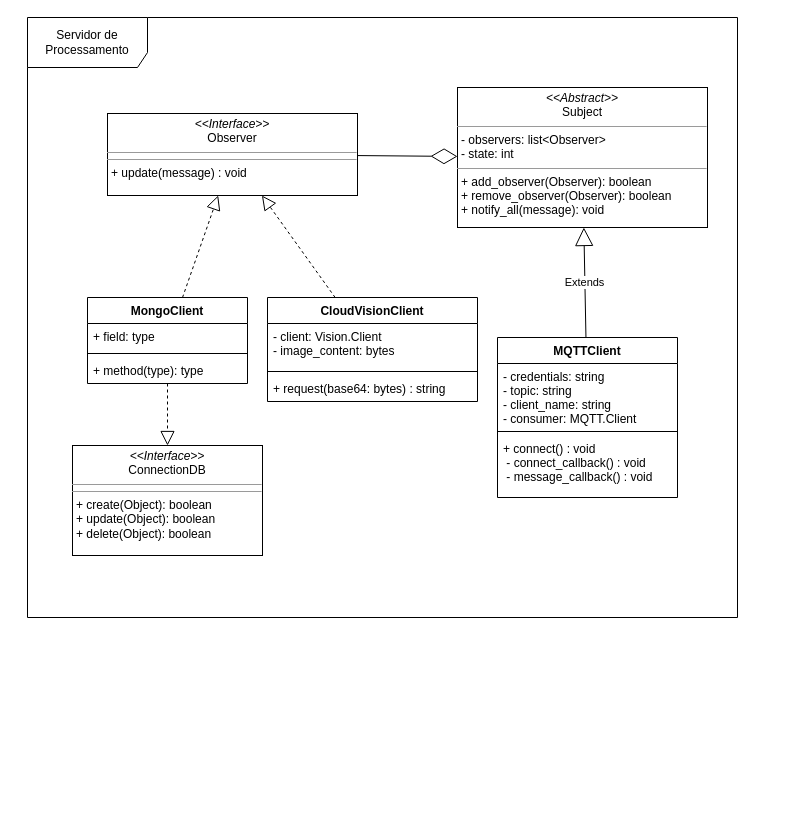
Before: schemas/processing-server-class-diagram.drawio in Smart-AniMon/docs, a draw.io diagram. Source tidied: cells renumbered, new cells numbered last; positions are measured from the earlier drawing's top-left corner, leaving out a move shared by most shapes. Both pictures are drawn from the tidied source at 100%, with x=0, y=0 at pixel (27, 17).
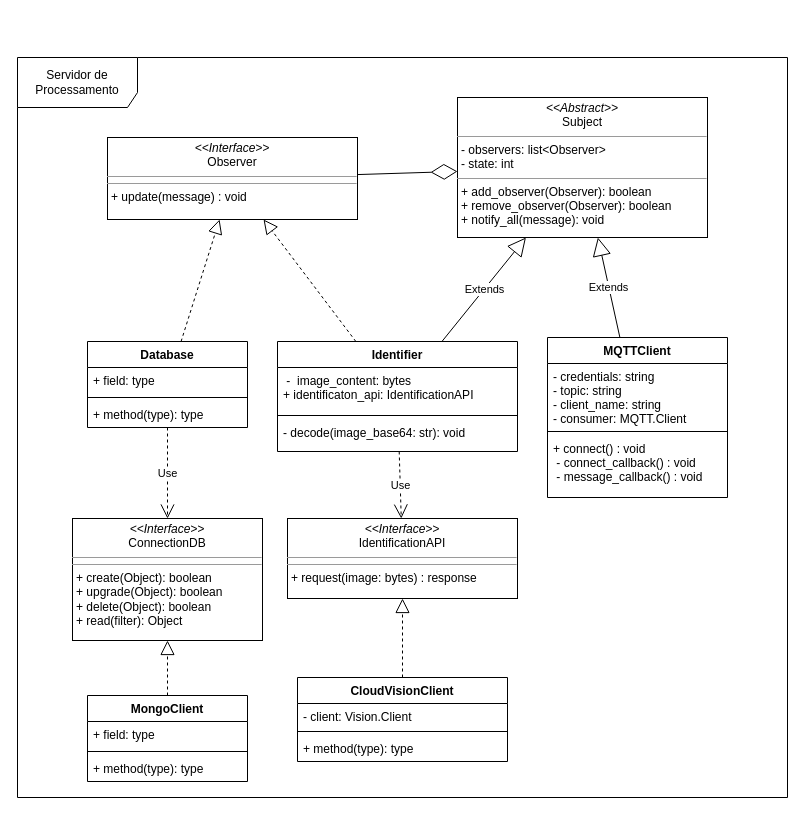
The same page after the edit.

Diff of the diagram source:
```diff
@@
     <mxCell id="2" value="Servidor de Processamento" style="shape=umlFrame;whiteSpace=wrap;html=1;width=120;height=50;" parent="1" vertex="1">
-      <mxGeometry width="710" height="600" as="geometry" />
+      <mxGeometry x="-10" y="40" width="770" height="740" as="geometry" />
     </mxCell>
     <mxCell id="3" value="MQTTClient" style="swimlane;fontStyle=1;align=center;verticalAlign=top;horizontal=1;startSize=26;" parent="1" vertex="1">
-      <mxGeometry x="470" y="320" width="180" height="160" as="geometry" />
+      <mxGeometry x="520" y="320" width="180" height="160" as="geometry" />
     </mxCell>
@@
     <mxCell id="7" value="&lt;p style=&quot;margin: 0px ; margin-top: 4px ; text-align: center&quot;&gt;&lt;i&gt;&amp;lt;&amp;lt;Abstract&amp;gt;&amp;gt;&lt;/i&gt;&lt;br&gt;Subject&lt;/p&gt;&lt;hr size=&quot;1&quot;&gt;&lt;p style=&quot;margin: 0px ; margin-left: 4px&quot;&gt;- observers: list&amp;lt;Observer&amp;gt;&lt;/p&gt;&lt;p style=&quot;margin: 0px ; margin-left: 4px&quot;&gt;- state: int&lt;br&gt;&lt;/p&gt;&lt;hr size=&quot;1&quot;&gt;&lt;p style=&quot;margin: 0px ; margin-left: 4px&quot;&gt;+ add_observer(Observer): boolean&lt;/p&gt;&lt;p style=&quot;margin: 0px ; margin-left: 4px&quot;&gt;+ remove_observer(Observer): boolean&lt;/p&gt;&lt;p style=&quot;margin: 0px ; margin-left: 4px&quot;&gt;+ notify_all(message): void&lt;br&gt;&lt;/p&gt;" style="verticalAlign=top;align=left;overflow=fill;fontSize=12;fontFamily=Helvetica;html=1;" parent="1" vertex="1">
-      <mxGeometry x="430" y="70" width="250" height="140" as="geometry" />
+      <mxGeometry x="430" y="80" width="250" height="140" as="geometry" />
     </mxCell>
     <mxCell id="8" value="&lt;p style=&quot;margin: 0px ; margin-top: 4px ; text-align: center&quot;&gt;&lt;i&gt;&amp;lt;&amp;lt;Interface&amp;gt;&amp;gt;&lt;/i&gt;&lt;br&gt;Observer&lt;/p&gt;&lt;hr size=&quot;1&quot;&gt;&lt;hr size=&quot;1&quot;&gt;&lt;p style=&quot;margin: 0px ; margin-left: 4px&quot;&gt;+ update(message) : void&lt;br&gt;&lt;/p&gt;" style="verticalAlign=top;align=left;overflow=fill;fontSize=12;fontFamily=Helvetica;html=1;" parent="1" vertex="1">
-      <mxGeometry x="80" y="96" width="250" height="82" as="geometry" />
+      <mxGeometry x="80" y="120" width="250" height="82" as="geometry" />
     </mxCell>
-    <mxCell id="9" value="CloudVisionClient" style="swimlane;fontStyle=1;align=center;verticalAlign=top;horizontal=1;startSize=26;" parent="1" vertex="1">
-      <mxGeometry x="240" y="280" width="210" height="104" as="geometry" />
+    <mxCell id="9" value="Identifier" style="swimlane;fontStyle=1;align=center;verticalAlign=top;horizontal=1;startSize=26;" parent="1" vertex="1">
+      <mxGeometry x="250" y="324" width="240" height="110" as="geometry" />
     </mxCell>
-    <mxCell id="10" value="- client: Vision.Client&#10;- image_content: bytes&#10;" style="text;strokeColor=none;fillColor=none;align=left;verticalAlign=top;spacingLeft=4;spacingRight=4;overflow=hidden;" parent="9" vertex="1">
-      <mxGeometry y="26" width="210" height="44" as="geometry" />
+    <mxCell id="10" value=" -  image_content: bytes&#10;+ identificaton_api: IdentificationAPI&#10;" style="text;strokeColor=none;fillColor=none;align=left;verticalAlign=top;spacingLeft=4;spacingRight=4;overflow=hidden;" parent="9" vertex="1">
+      <mxGeometry y="26" width="240" height="44" as="geometry" />
     </mxCell>
     <mxCell id="11" style="line;strokeWidth=1;fillColor=none;align=left;verticalAlign=middle;spacingTop=-1;spacingLeft=3;spacingRight=3;labelPosition=right;" parent="9" vertex="1">
-      <mxGeometry y="70" width="210" height="8" as="geometry" />
+      <mxGeometry y="70" width="240" height="8" as="geometry" />
     </mxCell>
-    <mxCell id="12" value="+ request(base64: bytes) : string" style="text;strokeColor=none;fillColor=none;align=left;verticalAlign=top;spacingLeft=4;spacingRight=4;overflow=hidden;" parent="9" vertex="1">
-      <mxGeometry y="78" width="210" height="26" as="geometry" />
+    <mxCell id="12" value="- decode(image_base64: str): void" style="text;strokeColor=none;fillColor=none;align=left;verticalAlign=top;spacingLeft=4;spacingRight=4;overflow=hidden;" parent="9" vertex="1">
+      <mxGeometry y="78" width="240" height="32" as="geometry" />
     </mxCell>
@@
-    <mxCell id="14" value="MongoClient" style="swimlane;fontStyle=1;align=center;verticalAlign=top;horizontal=1;startSize=26;" parent="1" vertex="1">
-      <mxGeometry x="60" y="280" width="160" height="86" as="geometry" />
+    <mxCell id="14" value="Database" style="swimlane;fontStyle=1;align=center;verticalAlign=top;horizontal=1;startSize=26;" parent="1" vertex="1">
+      <mxGeometry x="60" y="324" width="160" height="86" as="geometry" />
     </mxCell>
@@
-    <mxCell id="21" value="&lt;p style=&quot;margin: 0px ; margin-top: 4px ; text-align: center&quot;&gt;&lt;i&gt;&amp;lt;&amp;lt;Interface&amp;gt;&amp;gt;&lt;/i&gt;&lt;br&gt;ConnectionDB&lt;/p&gt;&lt;hr size=&quot;1&quot;&gt;&lt;hr size=&quot;1&quot;&gt;&lt;p style=&quot;margin: 0px ; margin-left: 4px&quot;&gt;+ create(Object): boolean&lt;br&gt;+ update(Object): boolean&lt;/p&gt;&lt;p style=&quot;margin: 0px ; margin-left: 4px&quot;&gt;+ delete(Object): boolean&lt;br&gt;&lt;/p&gt;" style="verticalAlign=top;align=left;overflow=fill;fontSize=12;fontFamily=Helvetica;html=1;" parent="1" vertex="1">
-      <mxGeometry x="45" y="428" width="190" height="110" as="geometry" />
+    <mxCell id="21" value="&lt;p style=&quot;margin: 0px ; margin-top: 4px ; text-align: center&quot;&gt;&lt;i&gt;&amp;lt;&amp;lt;Interface&amp;gt;&amp;gt;&lt;/i&gt;&lt;br&gt;ConnectionDB&lt;/p&gt;&lt;hr size=&quot;1&quot;&gt;&lt;hr size=&quot;1&quot;&gt;&lt;p style=&quot;margin: 0px ; margin-left: 4px&quot;&gt;+ create(Object): boolean&lt;br&gt;+ upgrade(Object): boolean&lt;/p&gt;&lt;p style=&quot;margin: 0px ; margin-left: 4px&quot;&gt;+ delete(Object): boolean&lt;/p&gt;&lt;p style=&quot;margin: 0px ; margin-left: 4px&quot;&gt;+ read(filter): Object &lt;br&gt;&lt;/p&gt;" style="verticalAlign=top;align=left;overflow=fill;fontSize=12;fontFamily=Helvetica;html=1;" parent="1" vertex="1">
+      <mxGeometry x="45" y="501" width="190" height="122" as="geometry" />
     </mxCell>
+    <mxCell id="23" value="MongoClient" style="swimlane;fontStyle=1;align=center;verticalAlign=top;horizontal=1;startSize=26;" parent="1" vertex="1">
+      <mxGeometry x="60" y="678" width="160" height="86" as="geometry" />
+    </mxCell>
+    <mxCell id="24" value="+ field: type" style="text;strokeColor=none;fillColor=none;align=left;verticalAlign=top;spacingLeft=4;spacingRight=4;overflow=hidden;" parent="23" vertex="1">
+      <mxGeometry y="26" width="160" height="26" as="geometry" />
+    </mxCell>
+    <mxCell id="25" style="line;strokeWidth=1;fillColor=none;align=left;verticalAlign=middle;spacingTop=-1;spacingLeft=3;spacingRight=3;labelPosition=right;" parent="23" vertex="1">
+      <mxGeometry y="52" width="160" height="8" as="geometry" />
+    </mxCell>
+    <mxCell id="26" value="+ method(type): type" style="text;strokeColor=none;fillColor=none;align=left;verticalAlign=top;spacingLeft=4;spacingRight=4;overflow=hidden;" parent="23" vertex="1">
+      <mxGeometry y="60" width="160" height="26" as="geometry" />
+    </mxCell>
+    <mxCell id="27" value="CloudVisionClient" style="swimlane;fontStyle=1;align=center;verticalAlign=top;horizontal=1;startSize=26;" parent="1" vertex="1">
+      <mxGeometry x="270" y="660" width="210" height="84" as="geometry" />
+    </mxCell>
+    <mxCell id="28" value="- client: Vision.Client&#10;" style="text;strokeColor=none;fillColor=none;align=left;verticalAlign=top;spacingLeft=4;spacingRight=4;overflow=hidden;" parent="27" vertex="1">
+      <mxGeometry y="26" width="210" height="24" as="geometry" />
+    </mxCell>
+    <mxCell id="29" style="line;strokeWidth=1;fillColor=none;align=left;verticalAlign=middle;spacingTop=-1;spacingLeft=3;spacingRight=3;labelPosition=right;" parent="27" vertex="1">
+      <mxGeometry y="50" width="210" height="8" as="geometry" />
+    </mxCell>
+    <mxCell id="30" value="+ method(type): type" style="text;strokeColor=none;fillColor=none;align=left;verticalAlign=top;spacingLeft=4;spacingRight=4;overflow=hidden;" parent="27" vertex="1">
+      <mxGeometry y="58" width="210" height="26" as="geometry" />
+    </mxCell>
+    <mxCell id="31" value="Extends" style="endArrow=block;endSize=16;endFill=0;html=1;" parent="1" edge="1" source="9" target="7">
+      <mxGeometry relative="1" as="geometry" />
+    </mxCell>
-    <mxCell id="22" style="endArrow=block;dashed=1;endFill=0;endSize=12;html=1;" parent="1" edge="1" source="14" target="21">
+    <mxCell id="22" value="Use" style="endArrow=open;endSize=12;dashed=1;html=1;" parent="1" edge="1" source="14" target="21">
       <mxGeometry relative="1" as="geometry" />
     </mxCell>
+    <mxCell id="32" value="&lt;p style=&quot;margin: 0px ; margin-top: 4px ; text-align: center&quot;&gt;&lt;i&gt;&amp;lt;&amp;lt;Interface&amp;gt;&amp;gt;&lt;/i&gt;&lt;br&gt;IdentificationAPI&lt;/p&gt;&lt;hr size=&quot;1&quot;&gt;&lt;hr size=&quot;1&quot;&gt;&lt;p style=&quot;margin: 0px ; margin-left: 4px&quot;&gt;+ request(image: bytes) : response&lt;/p&gt;" style="verticalAlign=top;align=left;overflow=fill;fontSize=12;fontFamily=Helvetica;html=1;" parent="1" vertex="1">
+      <mxGeometry x="260" y="501" width="230" height="80" as="geometry" />
+    </mxCell>
+    <mxCell id="33" value="Use" style="endArrow=open;endSize=12;dashed=1;html=1;" parent="1" edge="1" source="9" target="32">
+      <mxGeometry relative="1" as="geometry" />
+    </mxCell>
+    <mxCell id="34" style="endArrow=block;dashed=1;endFill=0;endSize=12;html=1;" parent="1" edge="1" source="23" target="21">
+      <mxGeometry relative="1" as="geometry" />
+    </mxCell>
+    <mxCell id="35" style="endArrow=block;dashed=1;endFill=0;endSize=12;html=1;" parent="1" edge="1" source="27" target="32">
+      <mxGeometry relative="1" as="geometry" />
+    </mxCell>
```
